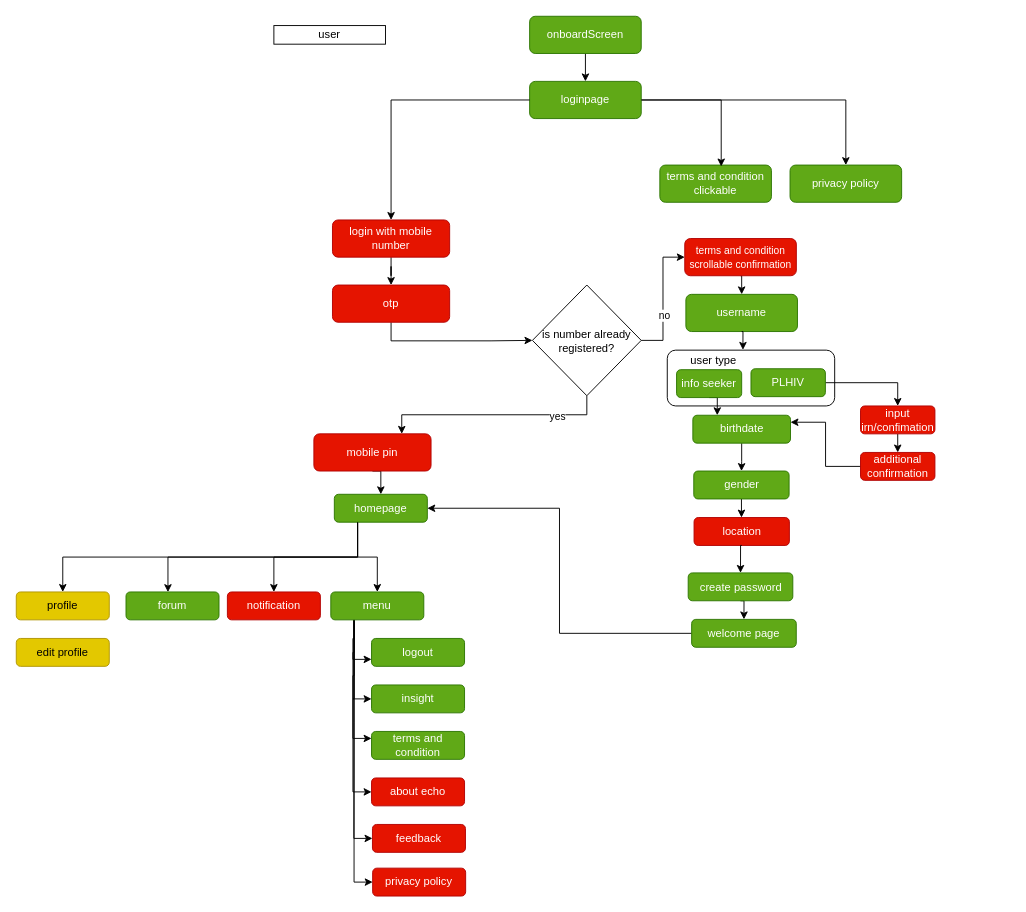
Above: Untitled Diagram.drawio in tehnczon/project-echo (draw.io), before the change. Source tidied: cells renumbered, new cells numbered last; positions are measured from the earlier drawing's top-left corner, leaving out a move shared by most shapes. Both pictures are drawn from the tidied source at 93%, with x=0, y=0 at pixel (16, 16).
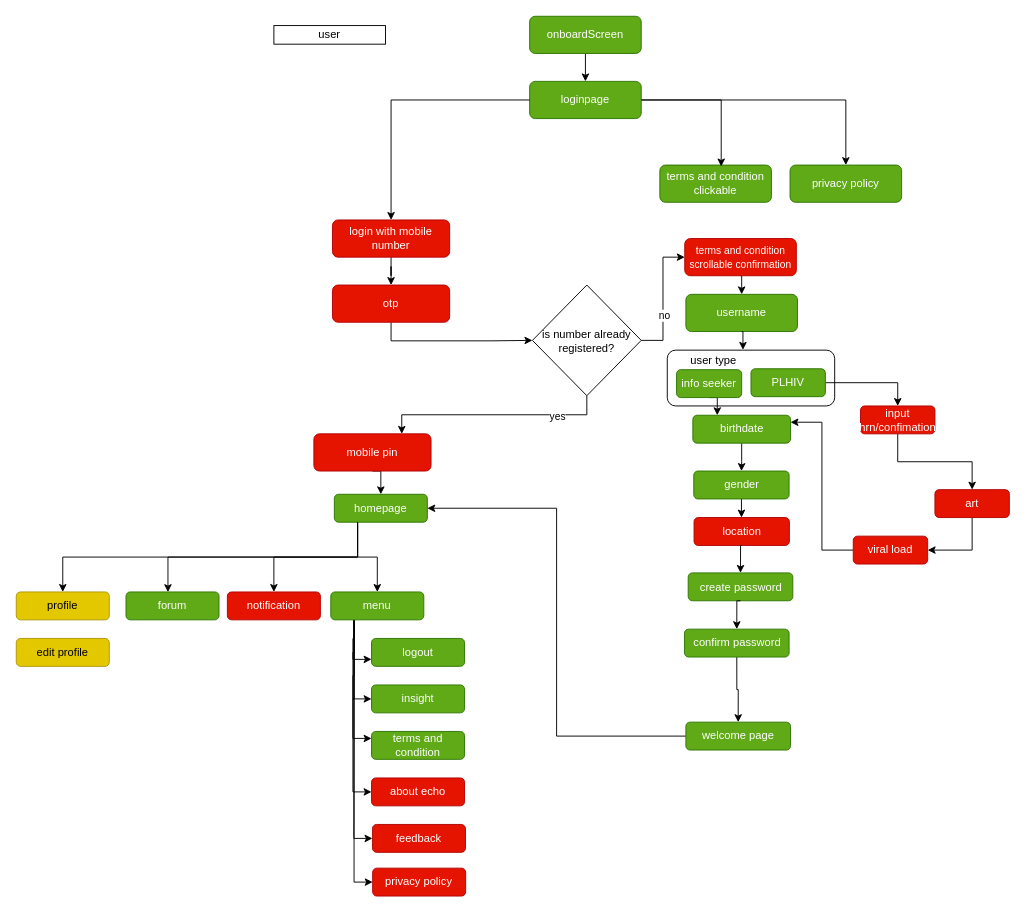
The same page after the edit.

Unchanged cells that the change refers to:
```xml
<mxCell id="20" value="birthdate" style="rounded=1;whiteSpace=wrap;html=1;fillColor=#60a917;fontColor=#ffffff;strokeColor=#2D7600;" parent="1" vertex="1">
  <mxGeometry x="727.5" y="429" width="105" height="30" as="geometry" />
</mxCell>
<mxCell id="23" value="create password" style="rounded=1;whiteSpace=wrap;html=1;fillColor=#60a917;fontColor=#ffffff;strokeColor=#2D7600;" parent="1" vertex="1">
  <mxGeometry x="722.5" y="598.5" width="112.5" height="30" as="geometry" />
</mxCell>
```

Diff of the diagram source:
```diff
@@
-    <mxCell id="22" style="edgeStyle=orthogonalEdgeStyle;rounded=0;jettySize=auto;html=1;exitX=0.5;exitY=1;exitDx=0;exitDy=0;entryX=0.5;entryY=0;entryDx=0;entryDy=0;" parent="1" edge="1" source="23" target="28">
+    <mxCell id="22" style="edgeStyle=orthogonalEdgeStyle;rounded=0;jettySize=auto;html=1;exitX=0.5;exitY=1;exitDx=0;exitDy=0;entryX=0.5;entryY=0;entryDx=0;entryDy=0;" parent="1" edge="1" source="71" target="28">
       <mxGeometry relative="1" as="geometry" />
     </mxCell>
@@
-    <mxCell id="26" value="input irn/confimation " style="rounded=1;whiteSpace=wrap;html=1;fillColor=#e51400;fontColor=#ffffff;strokeColor=#B20000;" parent="1" vertex="1">
+    <mxCell id="26" value="input hrn/confimation " style="rounded=1;whiteSpace=wrap;html=1;fillColor=#e51400;fontColor=#ffffff;strokeColor=#B20000;" parent="1" vertex="1">
       <mxGeometry x="907.8" y="419" width="80" height="30" as="geometry" />
     </mxCell>
@@
     <mxCell id="28" value="welcome page" style="rounded=1;whiteSpace=wrap;html=1;fillColor=#60a917;fontColor=#ffffff;strokeColor=#2D7600;" parent="1" vertex="1">
-      <mxGeometry x="726.2" y="648.5" width="112.5" height="30" as="geometry" />
+      <mxGeometry x="720" y="759" width="112.5" height="30" as="geometry" />
     </mxCell>
@@
-    <mxCell id="59" style="edgeStyle=orthogonalEdgeStyle;rounded=0;jettySize=auto;html=1;exitX=0;exitY=0.5;exitDx=0;exitDy=0;entryX=1;entryY=0.25;entryDx=0;entryDy=0;" parent="1" edge="1" source="60" target="20">
+    <mxCell id="59" style="edgeStyle=orthogonalEdgeStyle;rounded=0;jettySize=auto;html=1;entryX=1;entryY=0.25;entryDx=0;entryDy=0;" parent="1" edge="1" source="72" target="20">
       <mxGeometry relative="1" as="geometry" />
     </mxCell>
+    <mxCell id="69" style="edgeStyle=orthogonalEdgeStyle;rounded=0;jettySize=auto;html=1;exitX=0.5;exitY=1;exitDx=0;exitDy=0;entryX=1;entryY=0.5;entryDx=0;entryDy=0;" parent="1" edge="1" source="60" target="72">
+      <mxGeometry relative="1" as="geometry" />
+    </mxCell>
-    <mxCell id="60" value="additional confirmation" style="rounded=1;whiteSpace=wrap;html=1;fillColor=#e51400;fontColor=#ffffff;strokeColor=#B20000;" parent="1" vertex="1">
-      <mxGeometry x="907.8" y="469" width="80" height="30" as="geometry" />
+    <mxCell id="60" value="art" style="rounded=1;whiteSpace=wrap;html=1;fillColor=#e51400;fontColor=#ffffff;strokeColor=#B20000;" parent="1" vertex="1">
+      <mxGeometry x="987.8" y="509" width="80" height="30" as="geometry" />
     </mxCell>
@@
+    <mxCell id="70" style="edgeStyle=orthogonalEdgeStyle;rounded=0;jettySize=auto;html=1;exitX=0.5;exitY=1;exitDx=0;exitDy=0;entryX=0.5;entryY=0;entryDx=0;entryDy=0;" parent="1" edge="1" source="23" target="71">
+      <mxGeometry relative="1" as="geometry" />
+    </mxCell>
+    <mxCell id="71" value="confirm password" style="rounded=1;whiteSpace=wrap;html=1;fillColor=#60a917;fontColor=#ffffff;strokeColor=#2D7600;" parent="1" vertex="1">
+      <mxGeometry x="718.5" y="659" width="112.5" height="30" as="geometry" />
+    </mxCell>
+    <mxCell id="72" value="viral load" style="rounded=1;whiteSpace=wrap;html=1;fillColor=#e51400;fontColor=#ffffff;strokeColor=#B20000;" parent="1" vertex="1">
+      <mxGeometry x="900" y="559" width="80" height="30" as="geometry" />
+    </mxCell>
```
